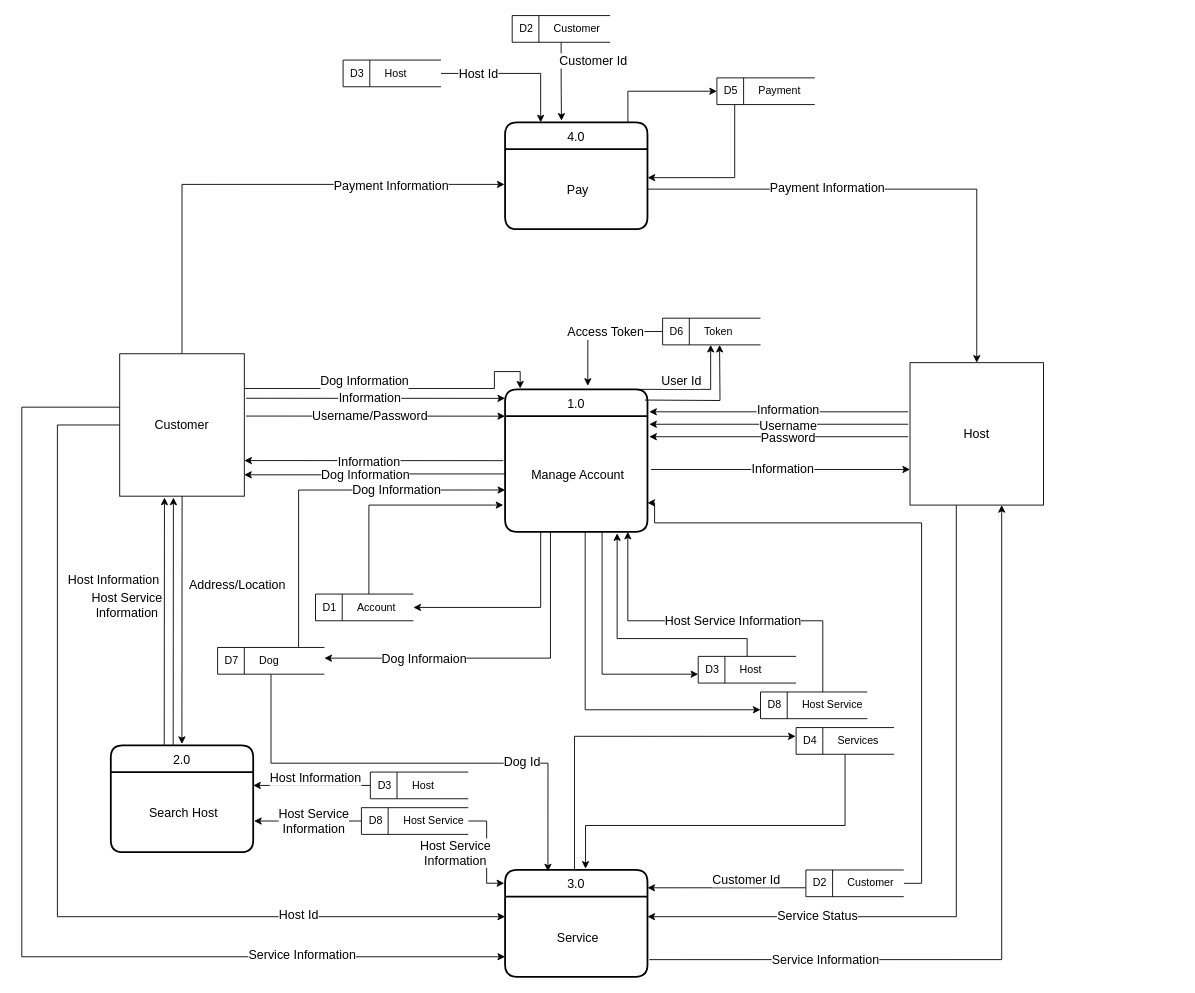
Before: page "Level 0" (2 of 6) of ProjectProcesses/HostDog_5DFD/Hostdog_DFD_V3.drawio in Hostdogs/Project_Hostdog, a draw.io diagram. Source tidied: cells renumbered, new cells numbered last; positions are measured from the earlier drawing's top-left corner, leaving out a move shared by most shapes. Both pictures are drawn from the tidied source at 89%, with x=0, y=0 at pixel (21, 15).
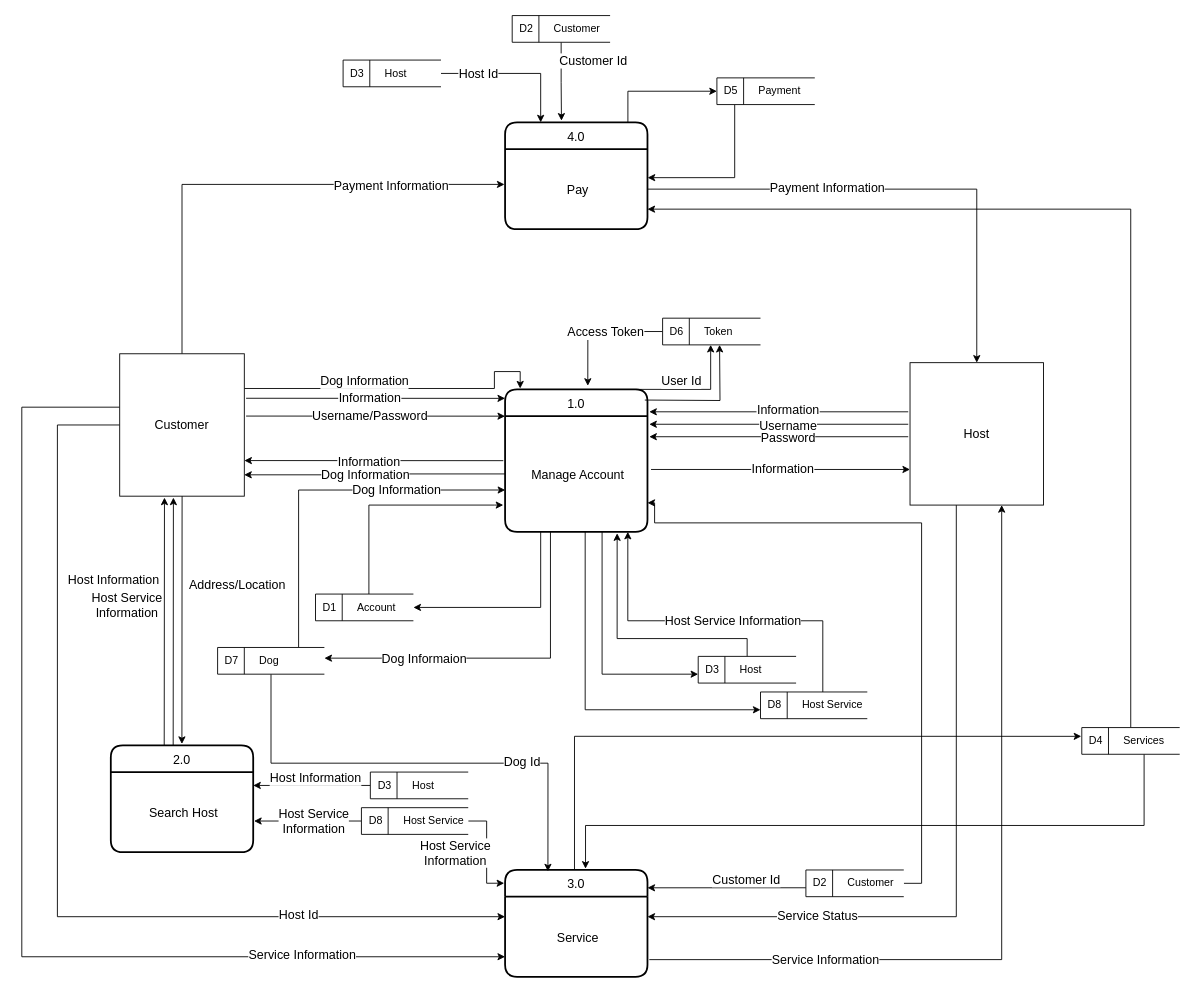
After the change.

Unchanged cells that the change refers to:
```xml
<mxCell id="7" value="3.0" style="swimlane;horizontal=1;startSize=30;rounded=1;fontSize=14;fontStyle=0;strokeWidth=2;shadow=0;dashed=0;align=center;" parent="1" vertex="1">
  <mxGeometry x="543" y="960" width="160" height="120" as="geometry" />
</mxCell>
<mxCell id="13" value="Pay" style="align=center;strokeColor=none;fillColor=none;spacingLeft=4;fontSize=14;verticalAlign=middle;" parent="12" vertex="1">
  <mxGeometry y="30" width="160" height="90" as="geometry" />
</mxCell>
```

Change to the diagram source:
```diff
@@
     <mxCell id="42" style="edgeStyle=orthogonalEdgeStyle;rounded=0;jettySize=auto;html=1;entryX=0.565;entryY=-0.012;entryDx=0;entryDy=0;entryPerimeter=0;fontSize=14;align=center;" parent="1" edge="1" source="43" target="7">
       <mxGeometry relative="1" as="geometry">
         <Array as="points">
-          <mxPoint x="925" y="910" />
+          <mxPoint x="1261" y="910" />
           <mxPoint x="633" y="910" />
         </Array>
       </mxGeometry>
     </mxCell>
+    <mxCell id="95" style="edgeStyle=orthogonalEdgeStyle;rounded=0;jettySize=auto;html=1;exitX=0.5;exitY=0;exitDx=0;exitDy=0;entryX=1;entryY=0.75;entryDx=0;entryDy=0;fontSize=14;startSize=30;" parent="1" edge="1" source="43" target="13">
+      <mxGeometry relative="1" as="geometry" />
+    </mxCell>
     <mxCell id="43" value="&amp;nbsp;D4&amp;nbsp; &amp;nbsp; &amp;nbsp; &amp;nbsp;Services" style="html=1;dashed=0;whitespace=wrap;shape=mxgraph.dfd.dataStoreID;align=left;spacingLeft=3;points=[[0,0],[0.5,0],[1,0],[0,0.5],[1,0.5],[0,1],[0.5,1],[1,1]];" parent="1" vertex="1">
-      <mxGeometry x="870" y="800" width="110" height="30" as="geometry" />
+      <mxGeometry x="1191" y="800" width="110" height="30" as="geometry" />
     </mxCell>
```
